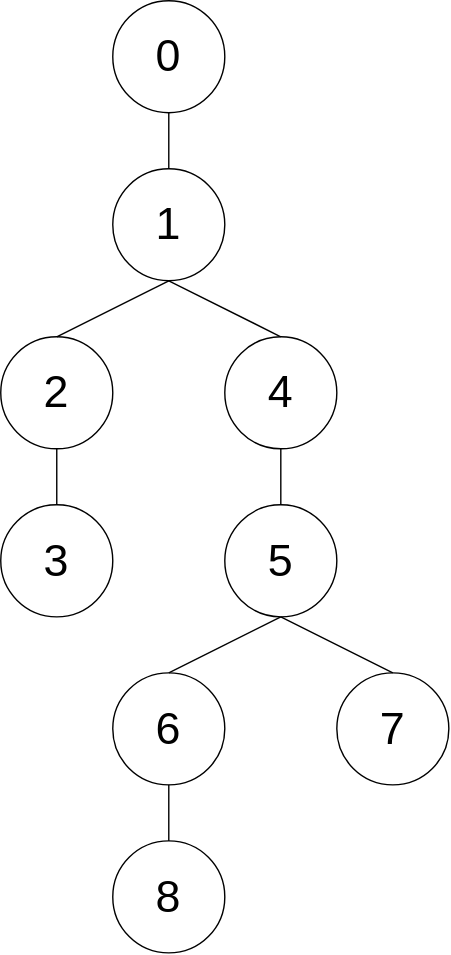
This is lib/cpalgo/tree/tests/heavy_light_decomposition_testcase1.drawio.svg from xirc/cp-algorithm, a draw.io export, as it was before one commit. Source tidied: cells renumbered, new cells last; positions are measured from the earlier drawing's top-left corner, leaving out a move shared by most shapes. Its diagram source:
```xml
<mxGraphModel>
  <root>
    <mxCell id="0" />
    <mxCell id="1" parent="0" />
    <mxCell id="2" value="0" style="ellipse;whiteSpace=wrap;html=1;fontSize=32;" parent="1" vertex="1">
      <mxGeometry x="80" width="80" height="80" as="geometry" />
    </mxCell>
    <mxCell id="3" value="1" style="ellipse;whiteSpace=wrap;html=1;fontSize=32;" parent="1" vertex="1">
      <mxGeometry x="80" y="120" width="80" height="80" as="geometry" />
    </mxCell>
    <mxCell id="4" value="2" style="ellipse;whiteSpace=wrap;html=1;fontSize=32;" parent="1" vertex="1">
      <mxGeometry y="240" width="80" height="80" as="geometry" />
    </mxCell>
    <mxCell id="5" value="4" style="ellipse;whiteSpace=wrap;html=1;fontSize=32;" parent="1" vertex="1">
      <mxGeometry x="160" y="240" width="80" height="80" as="geometry" />
    </mxCell>
    <mxCell id="6" value="3" style="ellipse;whiteSpace=wrap;html=1;fontSize=32;" parent="1" vertex="1">
      <mxGeometry y="360" width="80" height="80" as="geometry" />
    </mxCell>
    <mxCell id="7" value="5" style="ellipse;whiteSpace=wrap;html=1;fontSize=32;" parent="1" vertex="1">
      <mxGeometry x="160" y="360" width="80" height="80" as="geometry" />
    </mxCell>
    <mxCell id="8" value="6" style="ellipse;whiteSpace=wrap;html=1;fontSize=32;" parent="1" vertex="1">
      <mxGeometry x="80" y="480" width="80" height="80" as="geometry" />
    </mxCell>
    <mxCell id="9" value="7" style="ellipse;whiteSpace=wrap;html=1;fontSize=32;" parent="1" vertex="1">
      <mxGeometry x="240" y="480" width="80" height="80" as="geometry" />
    </mxCell>
    <mxCell id="10" value="8" style="ellipse;whiteSpace=wrap;html=1;fontSize=32;" parent="1" vertex="1">
      <mxGeometry x="80" y="600" width="80" height="80" as="geometry" />
    </mxCell>
    <mxCell id="11" style="endArrow=none;html=1;entryX=0.5;entryY=1;entryDx=0;entryDy=0;exitX=0.5;exitY=0;exitDx=0;exitDy=0;" parent="1" edge="1" source="3" target="2">
      <mxGeometry relative="1" as="geometry" />
    </mxCell>
    <mxCell id="12" style="endArrow=none;html=1;entryX=0.5;entryY=1;entryDx=0;entryDy=0;exitX=0.5;exitY=0;exitDx=0;exitDy=0;" parent="1" edge="1" source="4" target="3">
      <mxGeometry relative="1" as="geometry" />
    </mxCell>
    <mxCell id="13" style="endArrow=none;html=1;entryX=0.5;entryY=1;entryDx=0;entryDy=0;exitX=0.5;exitY=0;exitDx=0;exitDy=0;" parent="1" edge="1" source="5" target="3">
      <mxGeometry relative="1" as="geometry" />
    </mxCell>
    <mxCell id="14" style="endArrow=none;html=1;entryX=0.5;entryY=1;entryDx=0;entryDy=0;exitX=0.5;exitY=0;exitDx=0;exitDy=0;" parent="1" edge="1" source="6" target="4">
      <mxGeometry relative="1" as="geometry" />
    </mxCell>
    <mxCell id="15" style="endArrow=none;html=1;entryX=0.5;entryY=1;entryDx=0;entryDy=0;exitX=0.5;exitY=0;exitDx=0;exitDy=0;" parent="1" edge="1" source="7" target="5">
      <mxGeometry relative="1" as="geometry" />
    </mxCell>
    <mxCell id="16" style="endArrow=none;html=1;entryX=0.5;entryY=1;entryDx=0;entryDy=0;exitX=0.5;exitY=0;exitDx=0;exitDy=0;" parent="1" edge="1" source="8" target="7">
      <mxGeometry relative="1" as="geometry" />
    </mxCell>
    <mxCell id="17" style="endArrow=none;html=1;entryX=0.5;entryY=1;entryDx=0;entryDy=0;exitX=0.5;exitY=0;exitDx=0;exitDy=0;" parent="1" edge="1" source="9" target="7">
      <mxGeometry relative="1" as="geometry" />
    </mxCell>
    <mxCell id="18" style="endArrow=none;html=1;entryX=0.5;entryY=1;entryDx=0;entryDy=0;exitX=0.5;exitY=0;exitDx=0;exitDy=0;" parent="1" edge="1" source="10" target="8">
      <mxGeometry relative="1" as="geometry" />
    </mxCell>
  </root>
</mxGraphModel>
```
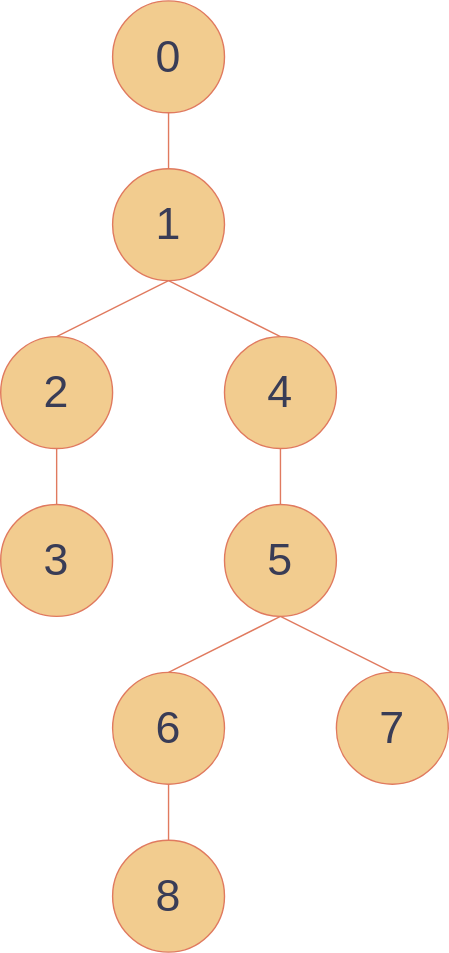
The same diagram one commit later.

What changed in the source:
```diff
@@ -1,56 +1,56 @@
-<mxGraphModel>
+<mxGraphModel background="#FFFFFF">
   <root>
     <mxCell id="0" />
     <mxCell id="1" parent="0" />
-    <mxCell id="2" value="0" style="ellipse;whiteSpace=wrap;html=1;fontSize=32;" parent="1" vertex="1">
+    <mxCell id="2" value="0" style="ellipse;whiteSpace=wrap;html=1;fontSize=32;fillColor=#F2CC8F;strokeColor=#E07A5F;fontColor=#393C56;" parent="1" vertex="1">
       <mxGeometry x="80" width="80" height="80" as="geometry" />
     </mxCell>
-    <mxCell id="3" value="1" style="ellipse;whiteSpace=wrap;html=1;fontSize=32;" parent="1" vertex="1">
+    <mxCell id="3" value="1" style="ellipse;whiteSpace=wrap;html=1;fontSize=32;fillColor=#F2CC8F;strokeColor=#E07A5F;fontColor=#393C56;" parent="1" vertex="1">
       <mxGeometry x="80" y="120" width="80" height="80" as="geometry" />
     </mxCell>
-    <mxCell id="4" value="2" style="ellipse;whiteSpace=wrap;html=1;fontSize=32;" parent="1" vertex="1">
+    <mxCell id="4" value="2" style="ellipse;whiteSpace=wrap;html=1;fontSize=32;fillColor=#F2CC8F;strokeColor=#E07A5F;fontColor=#393C56;" parent="1" vertex="1">
       <mxGeometry y="240" width="80" height="80" as="geometry" />
     </mxCell>
-    <mxCell id="5" value="4" style="ellipse;whiteSpace=wrap;html=1;fontSize=32;" parent="1" vertex="1">
+    <mxCell id="5" value="4" style="ellipse;whiteSpace=wrap;html=1;fontSize=32;fillColor=#F2CC8F;strokeColor=#E07A5F;fontColor=#393C56;" parent="1" vertex="1">
       <mxGeometry x="160" y="240" width="80" height="80" as="geometry" />
     </mxCell>
-    <mxCell id="6" value="3" style="ellipse;whiteSpace=wrap;html=1;fontSize=32;" parent="1" vertex="1">
+    <mxCell id="6" value="3" style="ellipse;whiteSpace=wrap;html=1;fontSize=32;fillColor=#F2CC8F;strokeColor=#E07A5F;fontColor=#393C56;" parent="1" vertex="1">
       <mxGeometry y="360" width="80" height="80" as="geometry" />
     </mxCell>
-    <mxCell id="7" value="5" style="ellipse;whiteSpace=wrap;html=1;fontSize=32;" parent="1" vertex="1">
+    <mxCell id="7" value="5" style="ellipse;whiteSpace=wrap;html=1;fontSize=32;fillColor=#F2CC8F;strokeColor=#E07A5F;fontColor=#393C56;" parent="1" vertex="1">
       <mxGeometry x="160" y="360" width="80" height="80" as="geometry" />
     </mxCell>
-    <mxCell id="8" value="6" style="ellipse;whiteSpace=wrap;html=1;fontSize=32;" parent="1" vertex="1">
+    <mxCell id="8" value="6" style="ellipse;whiteSpace=wrap;html=1;fontSize=32;fillColor=#F2CC8F;strokeColor=#E07A5F;fontColor=#393C56;" parent="1" vertex="1">
       <mxGeometry x="80" y="480" width="80" height="80" as="geometry" />
     </mxCell>
-    <mxCell id="9" value="7" style="ellipse;whiteSpace=wrap;html=1;fontSize=32;" parent="1" vertex="1">
+    <mxCell id="9" value="7" style="ellipse;whiteSpace=wrap;html=1;fontSize=32;fillColor=#F2CC8F;strokeColor=#E07A5F;fontColor=#393C56;" parent="1" vertex="1">
       <mxGeometry x="240" y="480" width="80" height="80" as="geometry" />
     </mxCell>
-    <mxCell id="10" value="8" style="ellipse;whiteSpace=wrap;html=1;fontSize=32;" parent="1" vertex="1">
+    <mxCell id="10" value="8" style="ellipse;whiteSpace=wrap;html=1;fontSize=32;fillColor=#F2CC8F;strokeColor=#E07A5F;fontColor=#393C56;" parent="1" vertex="1">
       <mxGeometry x="80" y="600" width="80" height="80" as="geometry" />
     </mxCell>
-    <mxCell id="11" style="endArrow=none;html=1;entryX=0.5;entryY=1;entryDx=0;entryDy=0;exitX=0.5;exitY=0;exitDx=0;exitDy=0;" parent="1" edge="1" source="3" target="2">
+    <mxCell id="11" style="endArrow=none;html=1;entryX=0.5;entryY=1;entryDx=0;entryDy=0;exitX=0.5;exitY=0;exitDx=0;exitDy=0;labelBackgroundColor=#F4F1DE;strokeColor=#E07A5F;fontColor=#393C56;" parent="1" edge="1" source="3" target="2">
       <mxGeometry relative="1" as="geometry" />
     </mxCell>
-    <mxCell id="12" style="endArrow=none;html=1;entryX=0.5;entryY=1;entryDx=0;entryDy=0;exitX=0.5;exitY=0;exitDx=0;exitDy=0;" parent="1" edge="1" source="4" target="3">
+    <mxCell id="12" style="endArrow=none;html=1;entryX=0.5;entryY=1;entryDx=0;entryDy=0;exitX=0.5;exitY=0;exitDx=0;exitDy=0;labelBackgroundColor=#F4F1DE;strokeColor=#E07A5F;fontColor=#393C56;" parent="1" edge="1" source="4" target="3">
       <mxGeometry relative="1" as="geometry" />
     </mxCell>
-    <mxCell id="13" style="endArrow=none;html=1;entryX=0.5;entryY=1;entryDx=0;entryDy=0;exitX=0.5;exitY=0;exitDx=0;exitDy=0;" parent="1" edge="1" source="5" target="3">
+    <mxCell id="13" style="endArrow=none;html=1;entryX=0.5;entryY=1;entryDx=0;entryDy=0;exitX=0.5;exitY=0;exitDx=0;exitDy=0;labelBackgroundColor=#F4F1DE;strokeColor=#E07A5F;fontColor=#393C56;" parent="1" edge="1" source="5" target="3">
       <mxGeometry relative="1" as="geometry" />
     </mxCell>
-    <mxCell id="14" style="endArrow=none;html=1;entryX=0.5;entryY=1;entryDx=0;entryDy=0;exitX=0.5;exitY=0;exitDx=0;exitDy=0;" parent="1" edge="1" source="6" target="4">
+    <mxCell id="14" style="endArrow=none;html=1;entryX=0.5;entryY=1;entryDx=0;entryDy=0;exitX=0.5;exitY=0;exitDx=0;exitDy=0;labelBackgroundColor=#F4F1DE;strokeColor=#E07A5F;fontColor=#393C56;" parent="1" edge="1" source="6" target="4">
       <mxGeometry relative="1" as="geometry" />
     </mxCell>
-    <mxCell id="15" style="endArrow=none;html=1;entryX=0.5;entryY=1;entryDx=0;entryDy=0;exitX=0.5;exitY=0;exitDx=0;exitDy=0;" parent="1" edge="1" source="7" target="5">
+    <mxCell id="15" style="endArrow=none;html=1;entryX=0.5;entryY=1;entryDx=0;entryDy=0;exitX=0.5;exitY=0;exitDx=0;exitDy=0;labelBackgroundColor=#F4F1DE;strokeColor=#E07A5F;fontColor=#393C56;" parent="1" edge="1" source="7" target="5">
       <mxGeometry relative="1" as="geometry" />
     </mxCell>
-    <mxCell id="16" style="endArrow=none;html=1;entryX=0.5;entryY=1;entryDx=0;entryDy=0;exitX=0.5;exitY=0;exitDx=0;exitDy=0;" parent="1" edge="1" source="8" target="7">
+    <mxCell id="16" style="endArrow=none;html=1;entryX=0.5;entryY=1;entryDx=0;entryDy=0;exitX=0.5;exitY=0;exitDx=0;exitDy=0;labelBackgroundColor=#F4F1DE;strokeColor=#E07A5F;fontColor=#393C56;" parent="1" edge="1" source="8" target="7">
       <mxGeometry relative="1" as="geometry" />
     </mxCell>
-    <mxCell id="17" style="endArrow=none;html=1;entryX=0.5;entryY=1;entryDx=0;entryDy=0;exitX=0.5;exitY=0;exitDx=0;exitDy=0;" parent="1" edge="1" source="9" target="7">
+    <mxCell id="17" style="endArrow=none;html=1;entryX=0.5;entryY=1;entryDx=0;entryDy=0;exitX=0.5;exitY=0;exitDx=0;exitDy=0;labelBackgroundColor=#F4F1DE;strokeColor=#E07A5F;fontColor=#393C56;" parent="1" edge="1" source="9" target="7">
       <mxGeometry relative="1" as="geometry" />
     </mxCell>
-    <mxCell id="18" style="endArrow=none;html=1;entryX=0.5;entryY=1;entryDx=0;entryDy=0;exitX=0.5;exitY=0;exitDx=0;exitDy=0;" parent="1" edge="1" source="10" target="8">
+    <mxCell id="18" style="endArrow=none;html=1;entryX=0.5;entryY=1;entryDx=0;entryDy=0;exitX=0.5;exitY=0;exitDx=0;exitDy=0;labelBackgroundColor=#F4F1DE;strokeColor=#E07A5F;fontColor=#393C56;" parent="1" edge="1" source="10" target="8">
       <mxGeometry relative="1" as="geometry" />
     </mxCell>
   </root>
```
